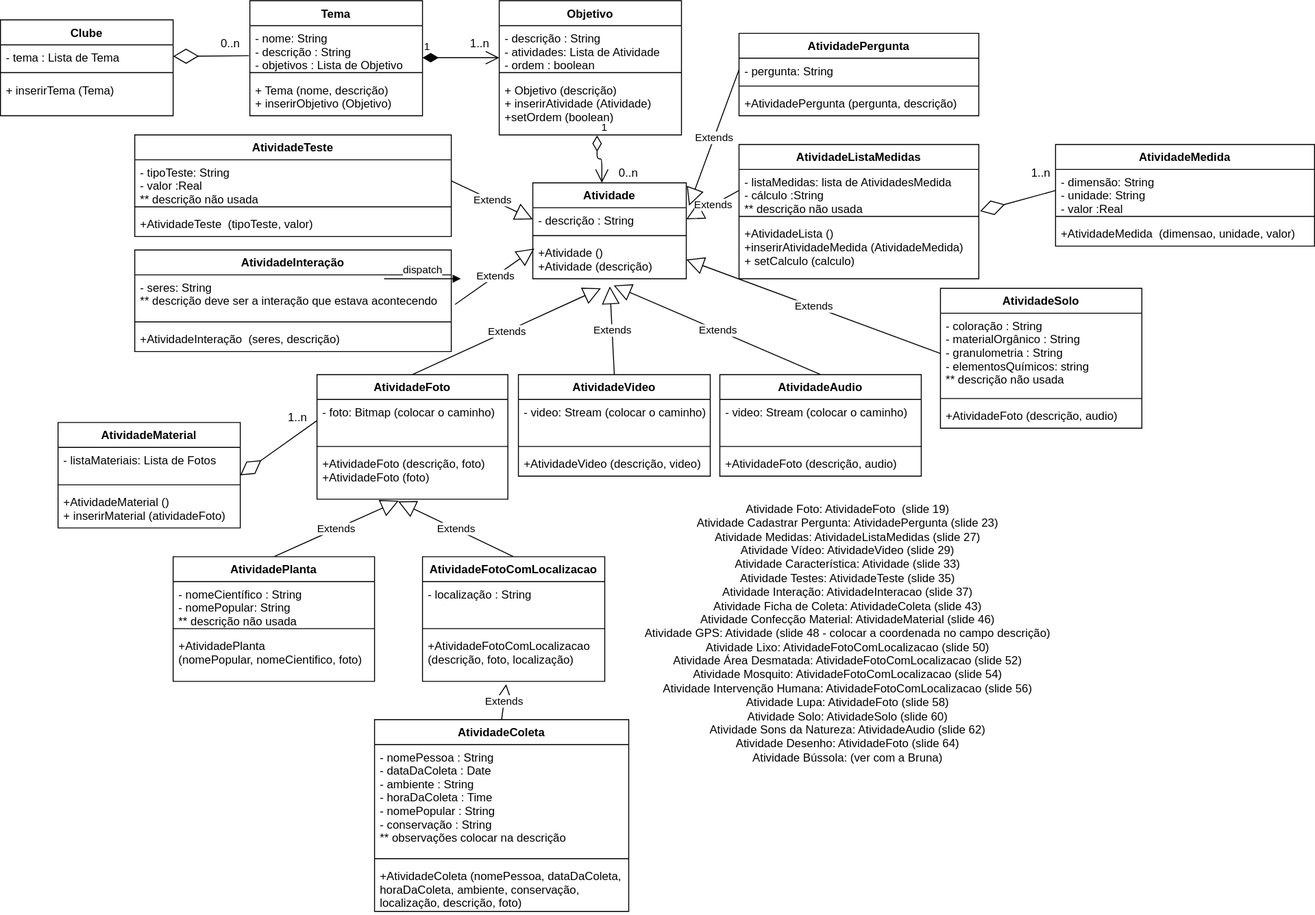
Earlier version of the draw.io export _fontes/ClubeCiencias_CSharp/docs/DiagramaClasses.drawio.svg (tecedufurb/explora_habitat). Source tidied: cells renumbered, new cells last; positions are measured from the earlier drawing's top-left corner, leaving out a move shared by most shapes.
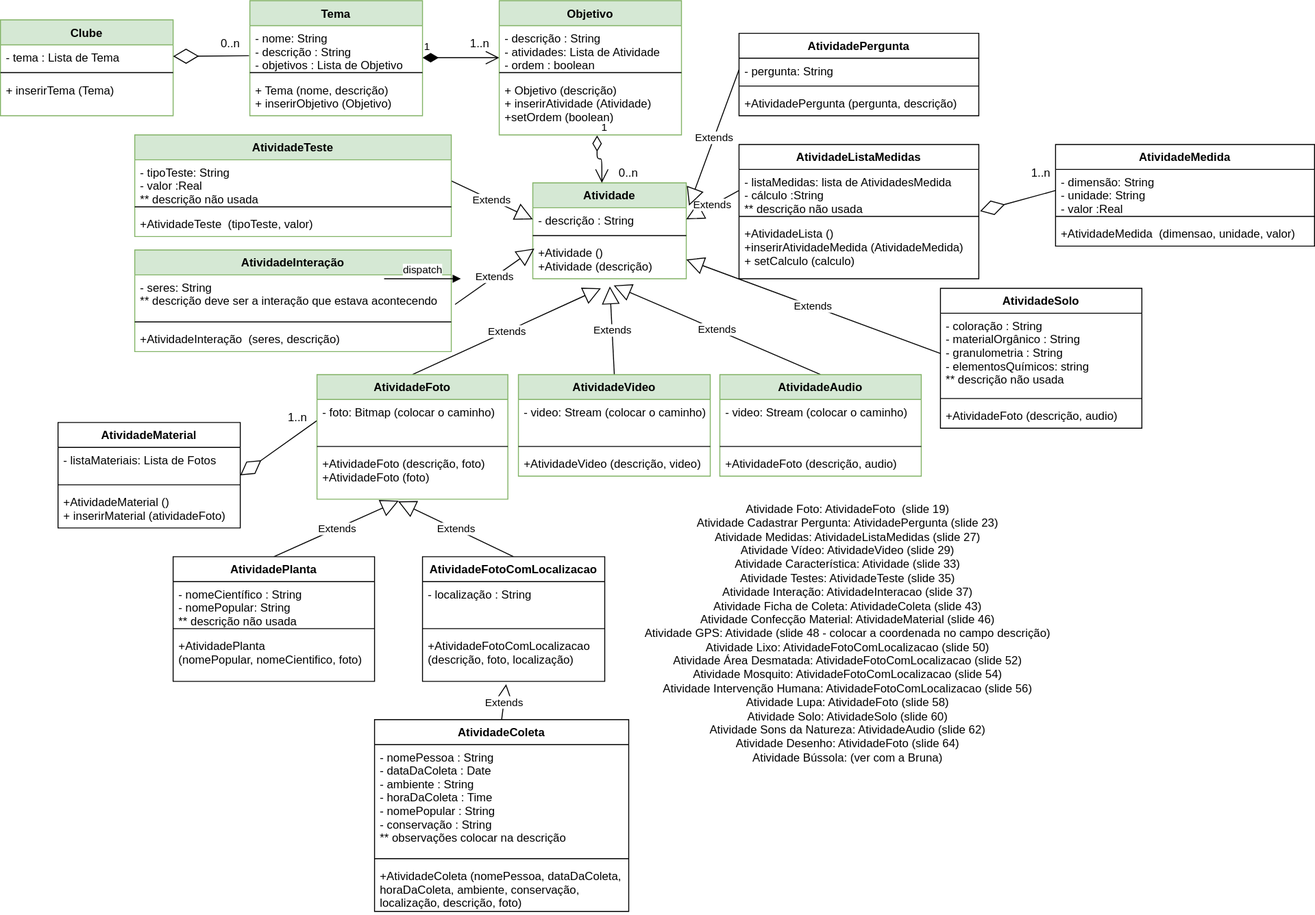
After the commit.

Commit message:
Classes já feitas, mas não validadas.

What changed in the source:
```diff
@@ -22,7 +22,7 @@
     <mxCell id="6" value="0..n" style="text;html=1;strokeColor=none;fillColor=none;align=center;verticalAlign=middle;whiteSpace=wrap;rounded=0;" parent="1" vertex="1">
       <mxGeometry x="220" y="25" width="40" height="40" as="geometry" />
     </mxCell>
-    <mxCell id="7" value="Tema" style="swimlane;fontStyle=1;align=center;verticalAlign=top;horizontal=1;startSize=26;" parent="1" vertex="1">
+    <mxCell id="7" value="Tema" style="swimlane;fontStyle=1;align=center;verticalAlign=top;horizontal=1;startSize=26;fillColor=#d5e8d4;strokeColor=#82b366;" parent="1" vertex="1">
       <mxGeometry x="260" width="180" height="120" as="geometry" />
     </mxCell>
     <mxCell id="8" value="- nome: String&#10;- descrição : String&#10;- objetivos : Lista de Objetivo" style="text;strokeColor=none;fillColor=none;align=left;verticalAlign=top;spacingLeft=4;spacingRight=4;overflow=hidden;points=[[0,0.5],[1,0.5]];portConstraint=eastwest;" parent="7" vertex="1">
@@ -34,7 +34,7 @@
     <mxCell id="10" value="+ Tema (nome, descrição)&#10;+ inserirObjetivo (Objetivo)" style="text;strokeColor=none;fillColor=none;align=left;verticalAlign=top;spacingLeft=4;spacingRight=4;overflow=hidden;" parent="7" vertex="1">
       <mxGeometry y="80" width="180" height="40" as="geometry" />
     </mxCell>
-    <mxCell id="11" value="Objetivo" style="swimlane;fontStyle=1;align=center;verticalAlign=top;horizontal=1;startSize=26;" parent="1" vertex="1">
+    <mxCell id="11" value="Objetivo" style="swimlane;fontStyle=1;align=center;verticalAlign=top;horizontal=1;startSize=26;fillColor=#d5e8d4;strokeColor=#82b366;" parent="1" vertex="1">
       <mxGeometry x="520" width="190" height="140" as="geometry" />
     </mxCell>
     <mxCell id="12" value="- descrição : String&#10;- atividades: Lista de Atividade&#10;- ordem : boolean " style="text;strokeColor=none;fillColor=none;align=left;verticalAlign=top;spacingLeft=4;spacingRight=4;overflow=hidden;" parent="11" vertex="1">
@@ -46,7 +46,7 @@
     <mxCell id="14" value="+ Objetivo (descrição)&#10;+ inserirAtividade (Atividade)&#10;+setOrdem (boolean)" style="text;strokeColor=none;fillColor=none;align=left;verticalAlign=top;spacingLeft=4;spacingRight=4;overflow=hidden;points=[[0,0.5],[1,0.5]];portConstraint=eastwest;" parent="11" vertex="1">
       <mxGeometry y="80" width="190" height="60" as="geometry" />
     </mxCell>
-    <mxCell id="15" value="Clube" style="swimlane;fontStyle=1;align=center;verticalAlign=top;horizontal=1;startSize=26;" parent="1" vertex="1">
+    <mxCell id="15" value="Clube" style="swimlane;fontStyle=1;align=center;verticalAlign=top;horizontal=1;startSize=26;fillColor=#d5e8d4;strokeColor=#82b366;" parent="1" vertex="1">
       <mxGeometry y="20" width="180" height="100" as="geometry" />
     </mxCell>
     <mxCell id="16" value="- tema : Lista de Tema" style="text;strokeColor=none;fillColor=none;align=left;verticalAlign=top;spacingLeft=4;spacingRight=4;overflow=hidden;points=[[0,0.5],[1,0.5]];portConstraint=eastwest;" parent="15" vertex="1">
@@ -64,7 +64,7 @@
     <mxCell id="20" value="Extends" style="endArrow=block;endSize=16;endFill=0;html=1;exitX=0.5;exitY=0;exitDx=0;exitDy=0;entryX=0.502;entryY=1.2;entryDx=0;entryDy=0;entryPerimeter=0;" parent="1" edge="1" source="44" target="25">
       <mxGeometry relative="1" as="geometry" />
     </mxCell>
-    <mxCell id="21" value="Atividade" style="swimlane;fontStyle=1;align=center;verticalAlign=top;horizontal=1;startSize=26;" parent="1" vertex="1">
+    <mxCell id="21" value="Atividade" style="swimlane;fontStyle=1;align=center;verticalAlign=top;horizontal=1;startSize=26;fillColor=#d5e8d4;strokeColor=#82b366;" parent="1" vertex="1">
       <mxGeometry x="555" y="190" width="160" height="100" as="geometry" />
     </mxCell>
     <mxCell id="22" value="- descrição : String" style="text;strokeColor=none;fillColor=none;align=left;verticalAlign=top;spacingLeft=4;spacingRight=4;overflow=hidden;points=[[0,0.5],[1,0.5]];portConstraint=eastwest;" parent="21" vertex="1">
@@ -111,7 +111,7 @@
     <mxCell id="35" value="Extends" style="endArrow=block;endSize=16;endFill=0;html=1;exitX=1;exitY=0.5;exitDx=0;exitDy=0;entryX=0;entryY=0.5;entryDx=0;entryDy=0;" parent="1" edge="1" source="37" target="22">
       <mxGeometry relative="1" as="geometry" />
     </mxCell>
-    <mxCell id="36" value="AtividadeTeste" style="swimlane;fontStyle=1;align=center;verticalAlign=top;horizontal=1;startSize=26;" parent="1" vertex="1">
+    <mxCell id="36" value="AtividadeTeste" style="swimlane;fontStyle=1;align=center;verticalAlign=top;horizontal=1;startSize=26;fillColor=#d5e8d4;strokeColor=#82b366;" parent="1" vertex="1">
       <mxGeometry x="140" y="140" width="330" height="106" as="geometry" />
     </mxCell>
     <mxCell id="37" value="- tipoTeste: String&#10;- valor :Real&#10;** descrição não usada" style="text;strokeColor=none;fillColor=none;align=left;verticalAlign=top;spacingLeft=4;spacingRight=4;overflow=hidden;points=[[0,0.5],[1,0.5]];portConstraint=eastwest;" parent="36" vertex="1">
@@ -123,7 +123,7 @@
     <mxCell id="39" value="+AtividadeTeste  (tipoTeste, valor)" style="text;strokeColor=none;fillColor=none;align=left;verticalAlign=top;spacingLeft=4;spacingRight=4;overflow=hidden;" parent="36" vertex="1">
       <mxGeometry y="80" width="330" height="26" as="geometry" />
     </mxCell>
-    <mxCell id="40" value="AtividadeFoto" style="swimlane;fontStyle=1;align=center;verticalAlign=top;horizontal=1;startSize=26;" parent="1" vertex="1">
+    <mxCell id="40" value="AtividadeFoto" style="swimlane;fontStyle=1;align=center;verticalAlign=top;horizontal=1;startSize=26;fillColor=#d5e8d4;strokeColor=#82b366;" parent="1" vertex="1">
       <mxGeometry x="330" y="390" width="199" height="130" as="geometry" />
     </mxCell>
     <mxCell id="41" value="- foto: Bitmap (colocar o caminho)" style="text;strokeColor=none;fillColor=none;align=left;verticalAlign=top;spacingLeft=4;spacingRight=4;overflow=hidden;points=[[0,0.5],[1,0.5]];portConstraint=eastwest;" parent="40" vertex="1">
@@ -135,7 +135,7 @@
     <mxCell id="43" value="+AtividadeFoto (descrição, foto)&#10;+AtividadeFoto (foto)" style="text;strokeColor=none;fillColor=none;align=left;verticalAlign=top;spacingLeft=4;spacingRight=4;overflow=hidden;points=[[0,0.5],[1,0.5]];portConstraint=eastwest;" parent="40" vertex="1">
       <mxGeometry y="80" width="199" height="50" as="geometry" />
     </mxCell>
-    <mxCell id="44" value="AtividadeVideo" style="swimlane;fontStyle=1;align=center;verticalAlign=top;horizontal=1;startSize=26;" parent="1" vertex="1">
+    <mxCell id="44" value="AtividadeVideo" style="swimlane;fontStyle=1;align=center;verticalAlign=top;horizontal=1;startSize=26;fillColor=#d5e8d4;strokeColor=#82b366;" parent="1" vertex="1">
       <mxGeometry x="540" y="390" width="200" height="106" as="geometry" />
     </mxCell>
     <mxCell id="45" value="- video: Stream (colocar o caminho)" style="text;strokeColor=none;fillColor=none;align=left;verticalAlign=top;spacingLeft=4;spacingRight=4;overflow=hidden;" parent="44" vertex="1">
@@ -147,7 +147,7 @@
     <mxCell id="47" value="+AtividadeVideo (descrição, video)" style="text;strokeColor=none;fillColor=none;align=left;verticalAlign=top;spacingLeft=4;spacingRight=4;overflow=hidden;" parent="44" vertex="1">
       <mxGeometry y="80" width="200" height="26" as="geometry" />
     </mxCell>
-    <mxCell id="48" value="AtividadeAudio" style="swimlane;fontStyle=1;align=center;verticalAlign=top;horizontal=1;startSize=26;" parent="1" vertex="1">
+    <mxCell id="48" value="AtividadeAudio" style="swimlane;fontStyle=1;align=center;verticalAlign=top;horizontal=1;startSize=26;fillColor=#d5e8d4;strokeColor=#82b366;" parent="1" vertex="1">
       <mxGeometry x="750" y="390" width="210" height="106" as="geometry" />
     </mxCell>
     <mxCell id="49" value="- video: Stream (colocar o caminho)" style="text;strokeColor=none;fillColor=none;align=left;verticalAlign=top;spacingLeft=4;spacingRight=4;overflow=hidden;" parent="48" vertex="1">
@@ -171,7 +171,7 @@
     <mxCell id="55" value="+AtividadeMaterial ()&#10;+ inserirMaterial (atividadeFoto)" style="text;strokeColor=none;fillColor=none;align=left;verticalAlign=top;spacingLeft=4;spacingRight=4;overflow=hidden;" parent="52" vertex="1">
       <mxGeometry y="70" width="190" height="40" as="geometry" />
     </mxCell>
-    <mxCell id="56" value="AtividadeInteração" style="swimlane;fontStyle=1;align=center;verticalAlign=top;horizontal=1;startSize=26;" parent="1" vertex="1">
+    <mxCell id="56" value="AtividadeInteração" style="swimlane;fontStyle=1;align=center;verticalAlign=top;horizontal=1;startSize=26;fillColor=#d5e8d4;strokeColor=#82b366;" parent="1" vertex="1">
       <mxGeometry x="140" y="260" width="330" height="106" as="geometry" />
     </mxCell>
     <mxCell id="57" value="- seres: String&#10;** descrição deve ser a interação que estava acontecendo" style="text;strokeColor=none;fillColor=none;align=left;verticalAlign=top;spacingLeft=4;spacingRight=4;overflow=hidden;points=[[0,0.5],[1,0.5]];portConstraint=eastwest;" parent="56" vertex="1">
```
